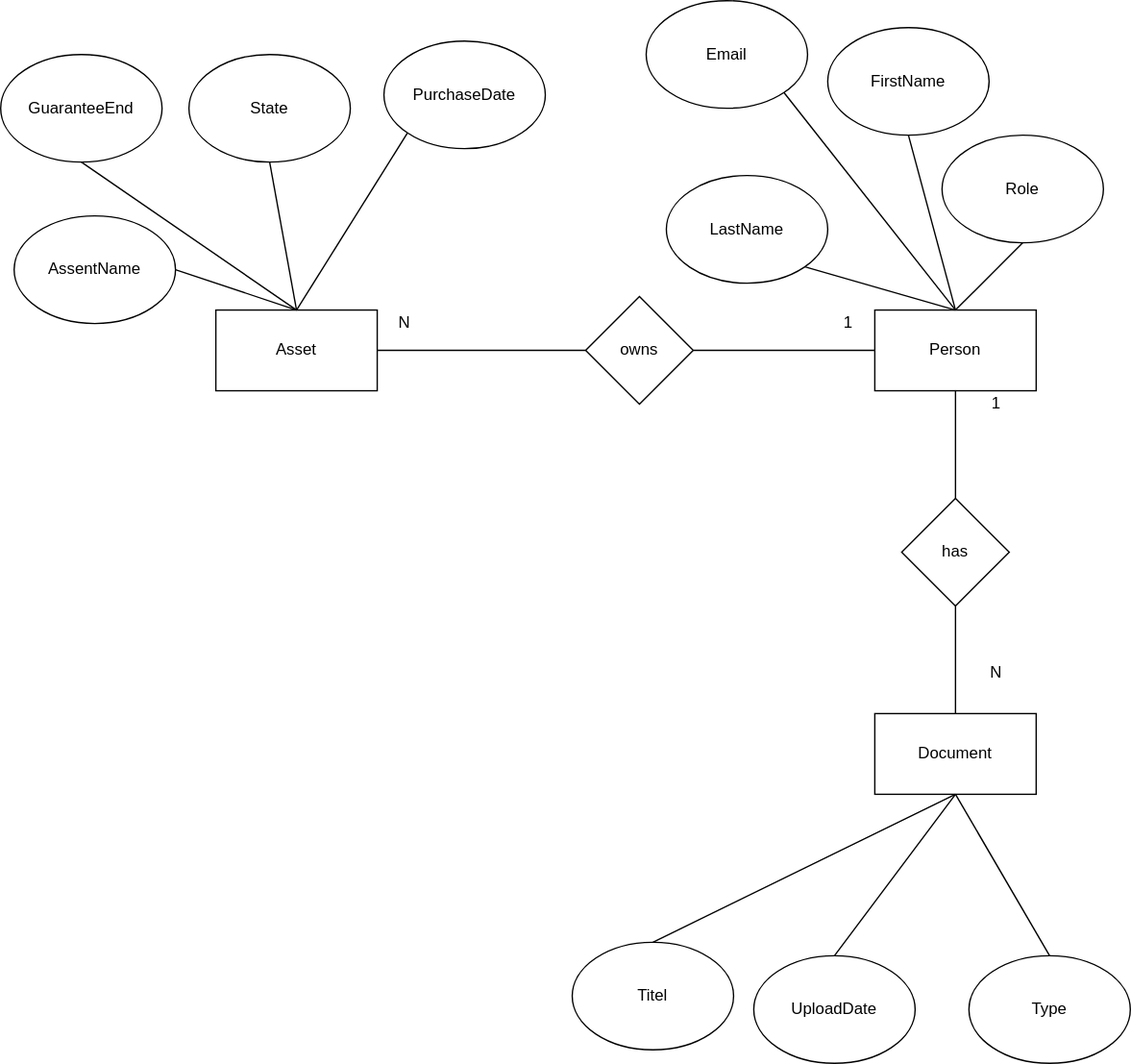
Before: doc/figures/MyClientER.drawio.svg, a diagram exported from draw.io (chiraant/myclient). Source tidied: cells renumbered, new cells last; positions are measured from the earlier drawing's top-left corner, leaving out a move shared by most shapes.
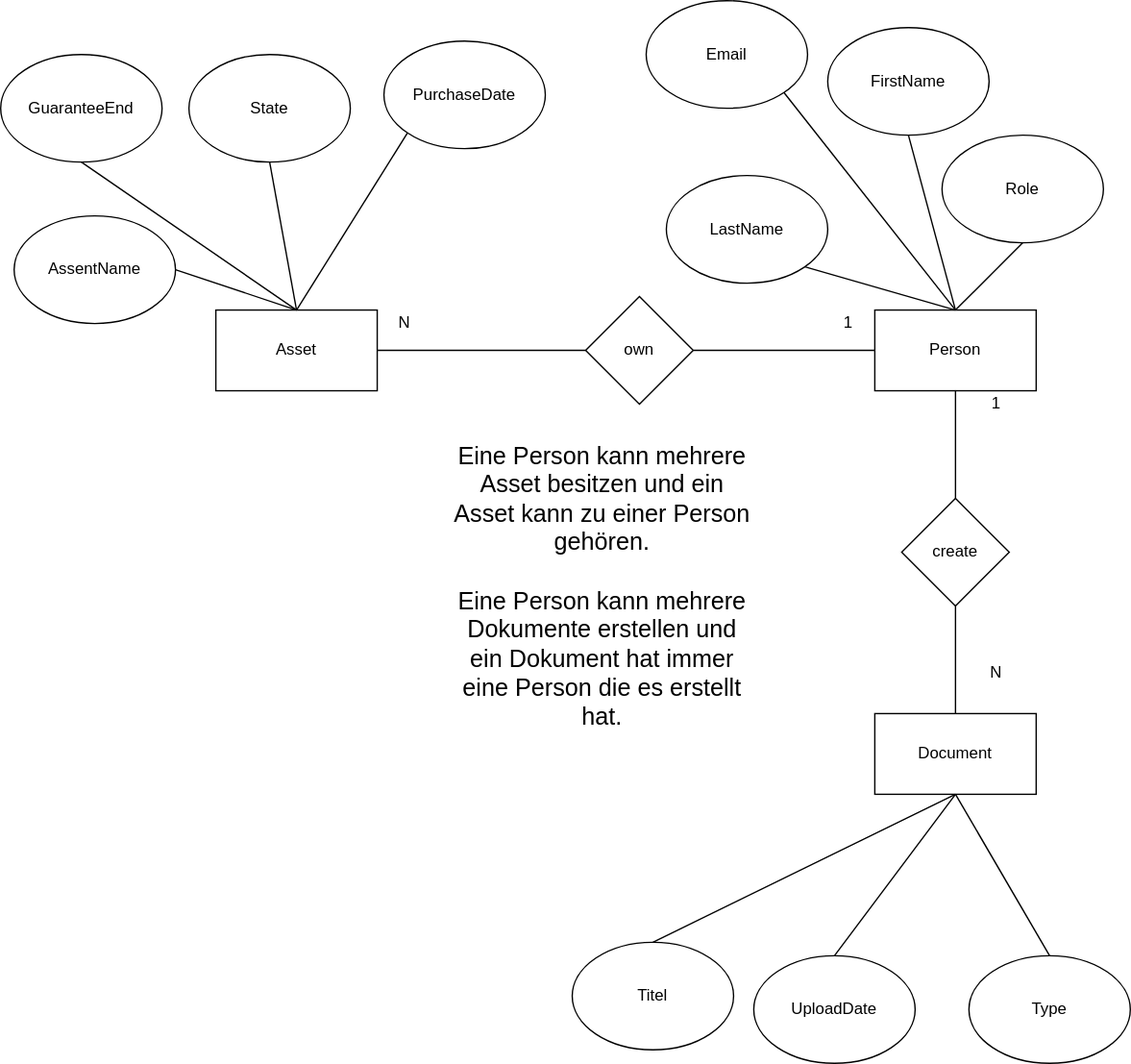
Above is the later version.

Commit message:
Beschreibung für fachliches ER diagramm

What changed in the source:
```diff
@@ -2,7 +2,7 @@
   <root>
     <mxCell id="0" />
     <mxCell id="1" parent="0" />
-    <mxCell id="2" value="owns" style="rhombus;whiteSpace=wrap;html=1;" parent="1" vertex="1">
+    <mxCell id="2" value="own" style="rhombus;whiteSpace=wrap;html=1;" parent="1" vertex="1">
       <mxGeometry x="435" y="220" width="80" height="80" as="geometry" />
     </mxCell>
     <mxCell id="3" value="Asset" style="rounded=0;whiteSpace=wrap;html=1;" parent="1" vertex="1">
@@ -26,7 +26,7 @@
     <mxCell id="9" value="N" style="text;html=1;align=center;verticalAlign=middle;strokeColor=none;fillColor=none;" parent="1" vertex="1">
       <mxGeometry x="285" y="225" width="30" height="30" as="geometry" />
     </mxCell>
-    <mxCell id="10" value="has" style="rhombus;whiteSpace=wrap;html=1;" parent="1" vertex="1">
+    <mxCell id="10" value="create" style="rhombus;whiteSpace=wrap;html=1;" parent="1" vertex="1">
       <mxGeometry x="670" y="370" width="80" height="80" as="geometry" />
     </mxCell>
     <mxCell id="11" style="endArrow=none;html=1;entryX=0.5;entryY=1;entryDx=0;entryDy=0;exitX=0.5;exitY=0;exitDx=0;exitDy=0;" parent="1" edge="1" source="10" target="4">
@@ -109,5 +109,8 @@
     <mxCell id="36" style="endArrow=none;html=1;entryX=1;entryY=1;entryDx=0;entryDy=0;exitX=0.5;exitY=0;exitDx=0;exitDy=0;" parent="1" edge="1" source="4" target="35">
       <mxGeometry relative="1" as="geometry" />
     </mxCell>
+    <mxCell id="37" value="&lt;font style=&quot;font-size: 18px;&quot;&gt;Eine Person kann mehrere Asset besitzen und ein Asset kann zu einer Person gehören.&lt;br&gt;&lt;br&gt;Eine Person kann mehrere Dokumente erstellen und ein Dokument hat immer eine Person die es erstellt hat.&lt;/font&gt;" style="text;html=1;strokeColor=none;fillColor=none;align=center;verticalAlign=middle;whiteSpace=wrap;rounded=0;" parent="1" vertex="1">
+      <mxGeometry x="335" y="356" width="225" height="159" as="geometry" />
+    </mxCell>
   </root>
 </mxGraphModel>
```
